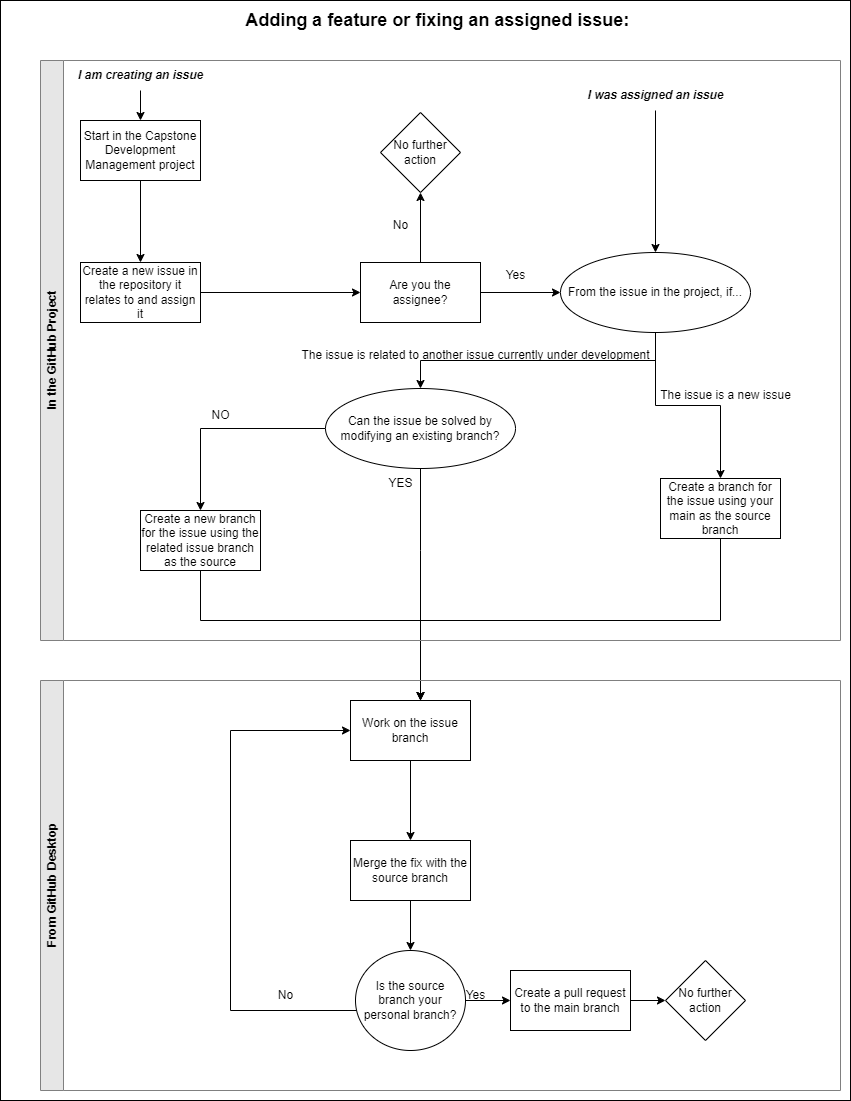
flora-comms/flora-docs keeps this draw.io diagram as workflows/Basic Git Workflow.drawio.png. Above is the earlier version. Source tidied: cells renumbered, new cells last; positions are measured from the earlier drawing's top-left corner, leaving out a move shared by most shapes.
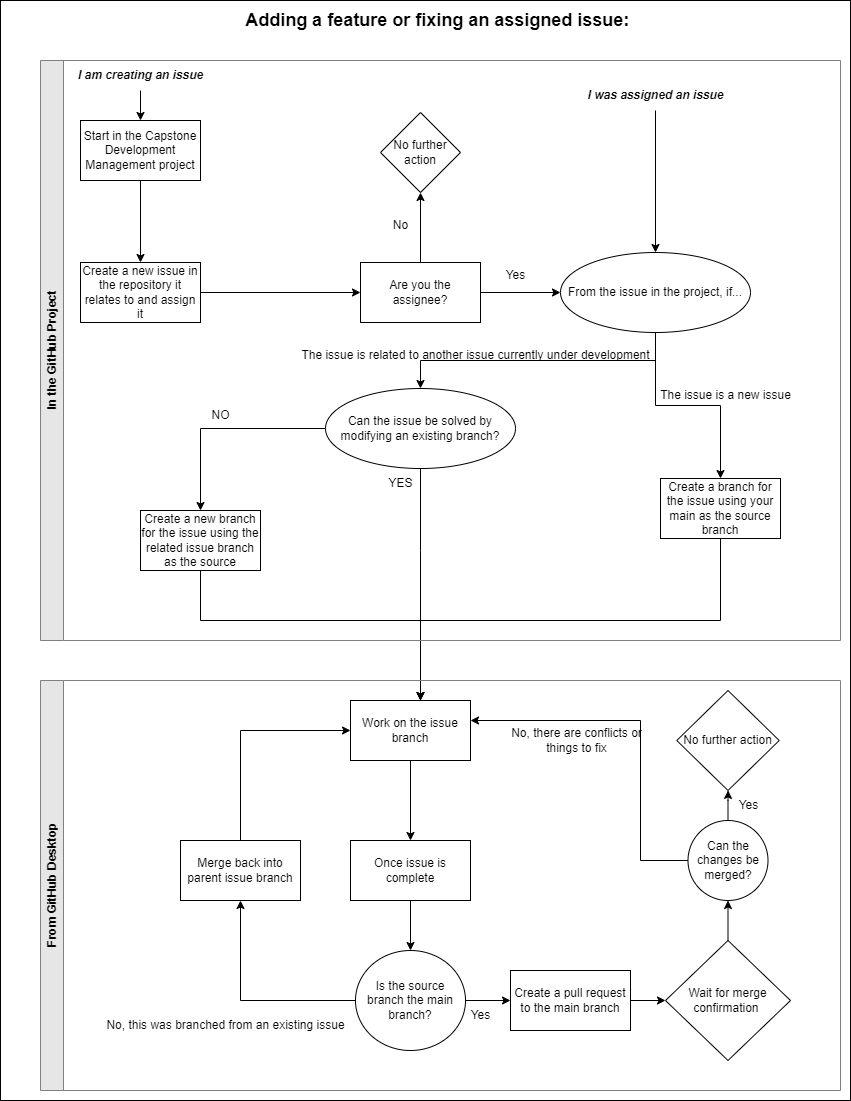
The same file after the commit.

Commit message:
removed mentions of personal branches

Diff of the diagram source:
```diff
@@ -118,7 +118,10 @@
     <mxCell id="33" style="edgeStyle=orthogonalEdgeStyle;rounded=0;jettySize=auto;html=1;" parent="32" edge="1" source="34" target="36">
       <mxGeometry relative="1" as="geometry" />
     </mxCell>
+    <mxCell id="46" style="edgeStyle=orthogonalEdgeStyle;rounded=0;jettySize=auto;html=1;" parent="32" edge="1" source="34" target="49">
+      <mxGeometry relative="1" as="geometry" />
+    </mxCell>
-    <mxCell id="34" value="Is the source branch your personal branch?" style="ellipse;whiteSpace=wrap;html=1;" parent="32" vertex="1">
+    <mxCell id="34" value="Is the source branch the main branch?" style="ellipse;whiteSpace=wrap;html=1;" parent="32" vertex="1">
       <mxGeometry x="315" y="270" width="110" height="100" as="geometry" />
     </mxCell>
     <mxCell id="35" style="edgeStyle=orthogonalEdgeStyle;rounded=0;jettySize=auto;html=1;" parent="32" edge="1" source="36" target="39">
@@ -128,13 +131,16 @@
       <mxGeometry x="470" y="290" width="120" height="60" as="geometry" />
     </mxCell>
     <mxCell id="37" value="Yes" style="text;html=1;align=center;verticalAlign=middle;strokeColor=none;fillColor=none;" parent="32" vertex="1">
-      <mxGeometry x="415" y="300" width="40" height="30" as="geometry" />
+      <mxGeometry x="420" y="320" width="40" height="30" as="geometry" />
     </mxCell>
-    <mxCell id="38" value="No" style="text;html=1;align=center;verticalAlign=middle;strokeColor=none;fillColor=none;" parent="32" vertex="1">
-      <mxGeometry x="225" y="300" width="40" height="30" as="geometry" />
+    <mxCell id="38" value="No, this was branched from an existing issue" style="text;html=1;align=center;verticalAlign=middle;strokeColor=none;fillColor=none;" parent="32" vertex="1">
+      <mxGeometry x="55" y="330" width="260" height="30" as="geometry" />
     </mxCell>
+    <mxCell id="47" style="edgeStyle=orthogonalEdgeStyle;rounded=0;jettySize=auto;html=1;" parent="32" edge="1" source="39" target="52">
+      <mxGeometry relative="1" as="geometry" />
+    </mxCell>
-    <mxCell id="39" value="No further action" style="rhombus;whiteSpace=wrap;html=1;" parent="32" vertex="1">
-      <mxGeometry x="625" y="280" width="80" height="80" as="geometry" />
+    <mxCell id="39" value="Wait for merge confirmation&amp;nbsp;" style="rhombus;whiteSpace=wrap;html=1;" parent="32" vertex="1">
+      <mxGeometry x="625" y="260" width="125" height="120" as="geometry" />
     </mxCell>
     <mxCell id="40" style="edgeStyle=orthogonalEdgeStyle;rounded=0;jettySize=auto;html=1;" parent="32" edge="1" source="41" target="42">
       <mxGeometry relative="1" as="geometry" />
@@ -142,20 +148,45 @@
     <mxCell id="41" value="Work on the issue branch" style="whiteSpace=wrap;html=1;" parent="32" vertex="1">
       <mxGeometry x="310" y="20" width="120" height="60" as="geometry" />
     </mxCell>
-    <mxCell id="42" value="Merge the fix with the source branch" style="whiteSpace=wrap;html=1;" parent="32" vertex="1">
+    <mxCell id="42" value="Once issue is complete" style="whiteSpace=wrap;html=1;" parent="32" vertex="1">
       <mxGeometry x="310" y="160" width="120" height="60" as="geometry" />
     </mxCell>
-    <mxCell id="43" style="edgeStyle=orthogonalEdgeStyle;rounded=0;jettySize=auto;html=1;" parent="32" edge="1" source="34" target="41">
-      <mxGeometry relative="1" as="geometry">
-        <Array as="points">
-          <mxPoint x="190" y="330" />
-          <mxPoint x="190" y="50" />
-        </Array>
-      </mxGeometry>
-    </mxCell>
     <mxCell id="44" style="edgeStyle=orthogonalEdgeStyle;rounded=0;jettySize=auto;html=1;" parent="32" edge="1" source="42" target="34">
       <mxGeometry relative="1" as="geometry" />
     </mxCell>
+    <mxCell id="48" style="edgeStyle=orthogonalEdgeStyle;rounded=0;jettySize=auto;html=1;" parent="32" edge="1" source="49" target="41">
+      <mxGeometry relative="1" as="geometry">
+        <Array as="points">
+          <mxPoint x="200" y="50" />
+        </Array>
+      </mxGeometry>
+    </mxCell>
+    <mxCell id="49" value="Merge back into parent issue branch" style="whiteSpace=wrap;html=1;" parent="32" vertex="1">
+      <mxGeometry x="140" y="160" width="120" height="60" as="geometry" />
+    </mxCell>
+    <mxCell id="50" style="edgeStyle=orthogonalEdgeStyle;rounded=0;jettySize=auto;html=1;" parent="32" edge="1" source="52" target="41">
+      <mxGeometry relative="1" as="geometry">
+        <Array as="points">
+          <mxPoint x="600" y="180" />
+          <mxPoint x="600" y="40" />
+        </Array>
+      </mxGeometry>
+    </mxCell>
+    <mxCell id="51" style="edgeStyle=orthogonalEdgeStyle;rounded=0;jettySize=auto;html=1;" parent="32" edge="1" source="52" target="54">
+      <mxGeometry relative="1" as="geometry" />
+    </mxCell>
+    <mxCell id="52" value="Can the changes be merged?" style="ellipse;whiteSpace=wrap;html=1;" parent="32" vertex="1">
+      <mxGeometry x="647.5" y="140" width="80" height="80" as="geometry" />
+    </mxCell>
+    <mxCell id="53" value="No, there are conflicts or&lt;div&gt;things to fix&lt;/div&gt;" style="text;html=1;align=center;verticalAlign=middle;strokeColor=none;fillColor=none;" parent="32" vertex="1">
+      <mxGeometry x="461.2" y="40" width="150" height="40" as="geometry" />
+    </mxCell>
+    <mxCell id="54" value="No further action" style="rhombus;whiteSpace=wrap;html=1;" parent="32" vertex="1">
+      <mxGeometry x="636.2" y="10" width="102.5" height="100" as="geometry" />
+    </mxCell>
+    <mxCell id="55" value="Yes" style="text;html=1;align=center;verticalAlign=middle;strokeColor=none;fillColor=none;" parent="32" vertex="1">
+      <mxGeometry x="687.5" y="110" width="40" height="30" as="geometry" />
+    </mxCell>
     <mxCell id="45" value="In the GitHub Project" style="swimlane;horizontal=0;whiteSpace=wrap;html=1;strokeColor=#808080;fillColor=#E6E6E6;" parent="1" vertex="1">
       <mxGeometry x="40" y="60" width="800" height="580" as="geometry" />
     </mxCell>
```
